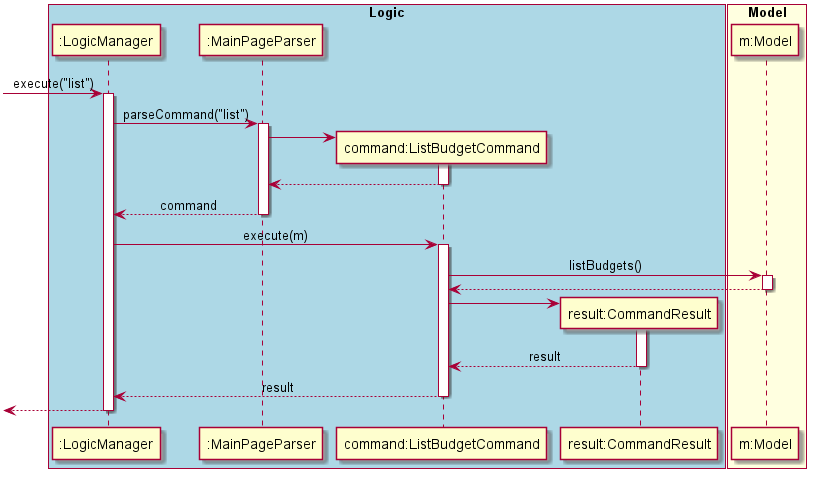
This is docs/diagrams/commandsPlantUML/diagram/ListBudgetCommand.png from yu-ming-chen/tp, a PlantUML export, as it was before one commit.
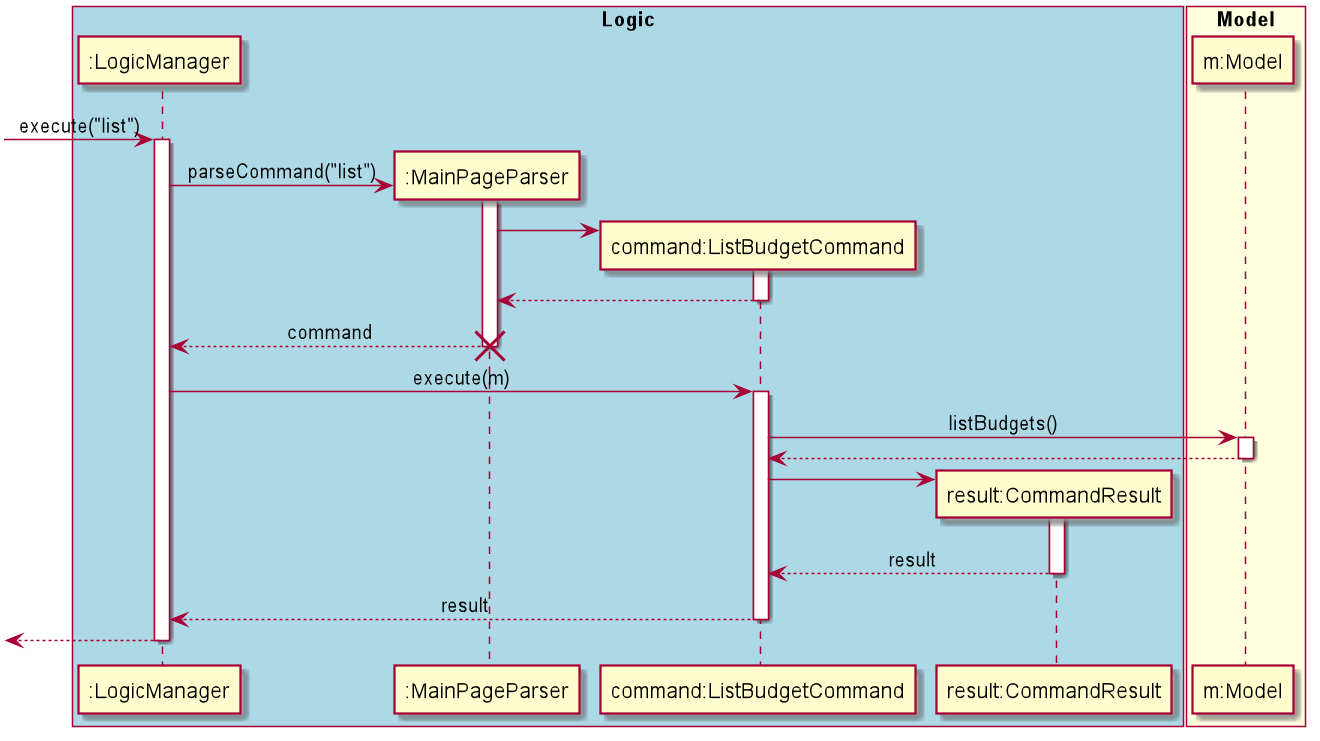
Later version of the same file.

Diff of the diagram source:
```diff
@@ -7,7 +7,6 @@
 participant ":MainPageParser" as MPP
 participant "command:ListBudgetCommand" as LBC
 participant "result:CommandResult" as CR
-
 end box
 
 box "Model" #LightYellow
@@ -16,6 +15,7 @@
 
 [-> LM : execute("list")
 activate LM
+create MPP
 LM -> MPP : parseCommand("list")
 activate MPP
 
@@ -25,6 +25,7 @@
 MPP <-- LBC
 deactivate LBC
 LM <-- MPP : command
+destroy MPP
 
 deactivate MPP
 LM -> LBC : execute(m)
@@ -47,7 +48,4 @@
 [<-- LM
 deactivate LM
 
-
-
-
 @enduml
```
